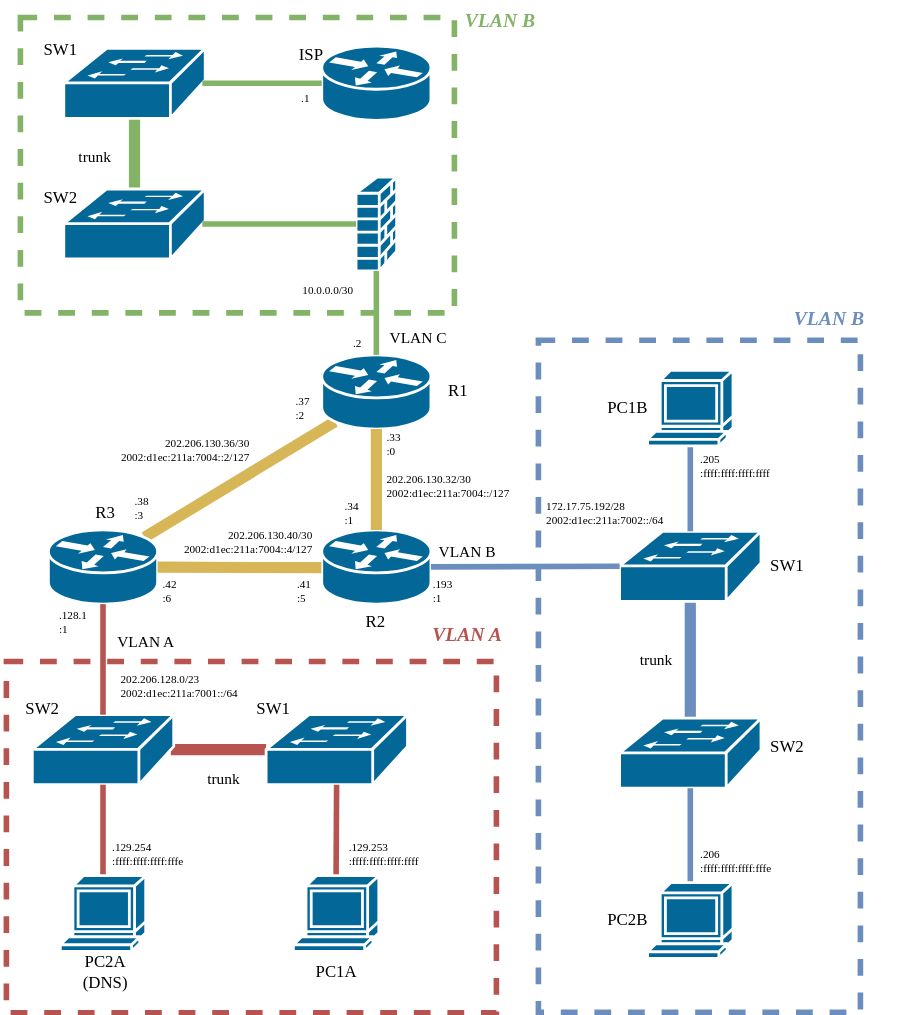
Earlier version of the draw.io export l3_topologie_s_adresami.drawio.svg (phatt-23/POS-project). Source tidied: cells renumbered, new cells last; positions are measured from the earlier drawing's top-left corner, leaving out a move shared by most shapes.
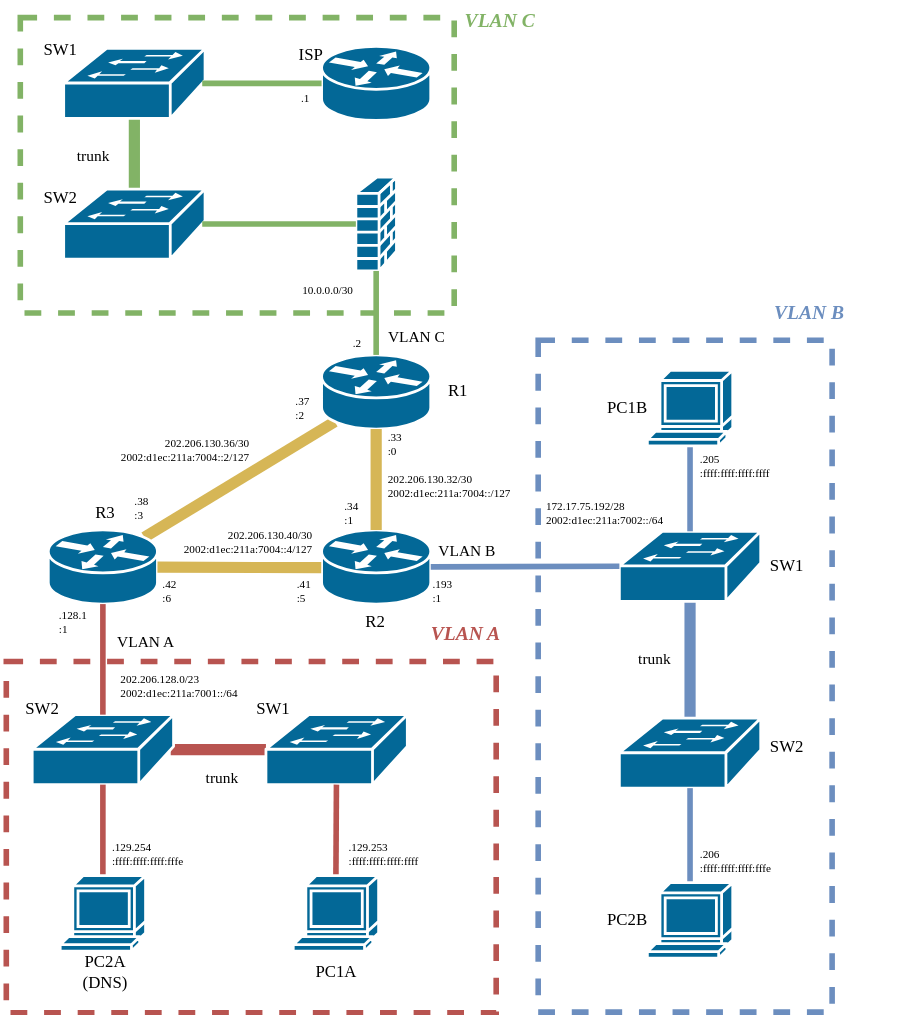
The same diagram one commit later.

Diff of the diagram source:
```diff
@@ -86,7 +86,7 @@
       <mxGeometry x="45" y="679" width="60" height="30" as="geometry" />
     </mxCell>
     <mxCell id="29" style="rounded=0;whiteSpace=wrap;html=1;fillColor=none;dashed=1;strokeWidth=4;strokeColor=#6c8ebf;fontFamily=Iosevka NF;" parent="1" vertex="1">
-      <mxGeometry x="384" y="242.5" width="230" height="480" as="geometry" />
+      <mxGeometry x="384" y="242.5" width="210" height="480" as="geometry" />
     </mxCell>
     <mxCell id="30" style="edgeStyle=orthogonalEdgeStyle;rounded=0;jettySize=auto;html=1;fillColor=#dae8fc;strokeColor=#6c8ebf;strokeWidth=8;endArrow=none;endFill=0;fontFamily=Iosevka NF;" parent="1" edge="1" source="31" target="32">
       <mxGeometry relative="1" as="geometry" />
@@ -101,7 +101,7 @@
       <mxGeometry relative="1" as="geometry" />
     </mxCell>
     <mxCell id="34" value="&lt;div style=&quot;font-size: 14px;&quot;&gt;&lt;font color=&quot;#6c8ebf&quot;&gt;&lt;b&gt;&lt;i&gt;VLAN B&lt;br&gt;&lt;/i&gt;&lt;/b&gt;&lt;/font&gt;&lt;/div&gt;" style="text;html=1;align=center;verticalAlign=middle;whiteSpace=wrap;rounded=0;strokeWidth=1;fontFamily=Iosevka NF;" parent="1" vertex="1">
-      <mxGeometry x="561" y="213" width="62" height="29" as="geometry" />
+      <mxGeometry x="547" y="209" width="62" height="29" as="geometry" />
     </mxCell>
     <mxCell id="35" style="edgeStyle=orthogonalEdgeStyle;rounded=0;jettySize=auto;html=1;entryX=0.5;entryY=0;entryDx=0;entryDy=0;entryPerimeter=0;exitX=0.5;exitY=1;exitDx=0;exitDy=0;exitPerimeter=0;endArrow=none;endFill=0;strokeWidth=4;fillColor=#dae8fc;strokeColor=#6c8ebf;fontFamily=Iosevka NF;" parent="1" edge="1" source="37" target="31">
       <mxGeometry relative="1" as="geometry" />
@@ -124,7 +124,7 @@
     <mxCell id="41" value="&lt;div style=&quot;font-size: 14px;&quot;&gt;&lt;font color=&quot;#b85450&quot; style=&quot;font-size: 14px;&quot;&gt;VLAN A&lt;/font&gt;&lt;/div&gt;" style="edgeLabel;html=1;align=center;verticalAlign=middle;labelBackgroundColor=none;labelBorderColor=none;textShadow=0;fontStyle=3;fontSize=14;fontFamily=Iosevka NF;" parent="1" vertex="1">
       <mxGeometry x="332" y="453" as="geometry" />
     </mxCell>
-    <mxCell id="42" value="&lt;div style=&quot;font-size: 14px;&quot;&gt;&lt;font color=&quot;#82b366&quot;&gt;&lt;b&gt;&lt;i&gt;VLAN B&lt;br&gt;&lt;/i&gt;&lt;/b&gt;&lt;/font&gt;&lt;/div&gt;" style="text;html=1;align=center;verticalAlign=middle;whiteSpace=wrap;rounded=0;strokeWidth=1;fontFamily=Iosevka NF;" parent="1" vertex="1">
+    <mxCell id="42" value="&lt;div style=&quot;font-size: 14px;&quot;&gt;&lt;font color=&quot;#82b366&quot;&gt;&lt;b&gt;&lt;i&gt;VLAN C&lt;br&gt;&lt;/i&gt;&lt;/b&gt;&lt;/font&gt;&lt;/div&gt;" style="text;html=1;align=center;verticalAlign=middle;whiteSpace=wrap;rounded=0;strokeWidth=1;fontFamily=Iosevka NF;" parent="1" vertex="1">
       <mxGeometry x="326" width="62" height="29" as="geometry" />
     </mxCell>
     <mxCell id="43" value="&lt;div&gt;R1&lt;/div&gt;" style="text;html=1;align=center;verticalAlign=middle;whiteSpace=wrap;rounded=0;fontFamily=Iosevka NF;" parent="1" vertex="1">
```
